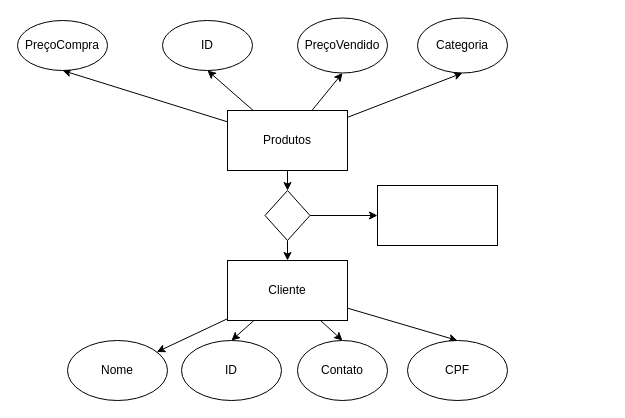
This is atvpratica/ex01.drawio from isaaczx0/rafael-aula-bd, a draw.io file, before an edit. Source tidied: cells renumbered, new cells numbered last; positions are measured from the earlier drawing's top-left corner, leaving out a move shared by most shapes. Both pictures are drawn from the tidied source at 100%, with x=0, y=0 at pixel (17, 18).
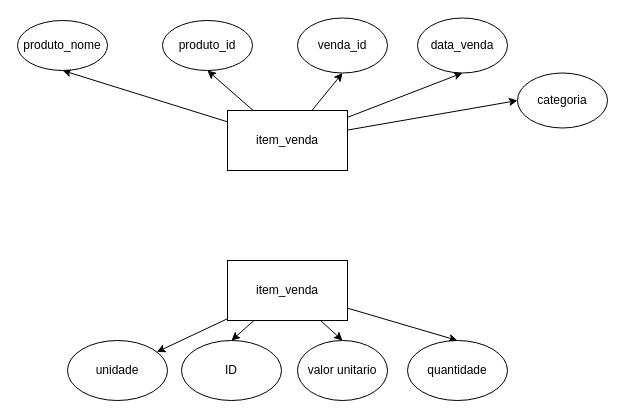
The same page after the edit.

Diff of the diagram source:
```diff
@@
-    <mxCell id="5" value="Cliente" style="rounded=0;whiteSpace=wrap;html=1;rotation=0;" parent="1" vertex="1">
+    <mxCell id="5" value="item_venda" style="rounded=0;whiteSpace=wrap;html=1;rotation=0;" parent="1" vertex="1">
       <mxGeometry x="210" y="242" width="120" height="60" as="geometry" />
     </mxCell>
@@
-    <mxCell id="9" style="edgeStyle=none;html=1;" parent="1" edge="1" source="10" target="23">
-      <mxGeometry relative="1" as="geometry" />
-    </mxCell>
+    <mxCell id="25" style="edgeStyle=none;html=1;startArrow=none;startFill=0;" parent="1" edge="1" source="10">
+      <mxGeometry relative="1" as="geometry">
+        <mxPoint x="500" y="82" as="targetPoint" />
+      </mxGeometry>
+    </mxCell>
-    <mxCell id="10" value="Produtos" style="rounded=0;whiteSpace=wrap;html=1;" parent="1" vertex="1">
+    <mxCell id="10" value="item_venda" style="rounded=0;whiteSpace=wrap;html=1;" parent="1" vertex="1">
       <mxGeometry x="210" y="92" width="120" height="60" as="geometry" />
     </mxCell>
-    <mxCell id="11" value="Contato" style="ellipse;whiteSpace=wrap;html=1;fontStyle=0;" parent="1" vertex="1">
+    <mxCell id="11" value="valor unitario" style="ellipse;whiteSpace=wrap;html=1;fontStyle=0;" parent="1" vertex="1">
       <mxGeometry x="280" y="322" width="90" height="60" as="geometry" />
     </mxCell>
-    <mxCell id="12" value="CPF" style="ellipse;whiteSpace=wrap;html=1;" parent="1" vertex="1">
+    <mxCell id="12" value="quantidade" style="ellipse;whiteSpace=wrap;html=1;" parent="1" vertex="1">
       <mxGeometry x="390" y="322" width="100" height="60" as="geometry" />
     </mxCell>
@@
-    <mxCell id="14" value="Nome" style="ellipse;whiteSpace=wrap;html=1;" parent="1" vertex="1">
+    <mxCell id="14" value="unidade" style="ellipse;whiteSpace=wrap;html=1;" parent="1" vertex="1">
       <mxGeometry x="50" y="322" width="100" height="60" as="geometry" />
     </mxCell>
@@
-    <mxCell id="16" value="PreçoVendido" style="ellipse;whiteSpace=wrap;html=1;" parent="1" vertex="1">
+    <mxCell id="16" value="venda_id" style="ellipse;whiteSpace=wrap;html=1;" parent="1" vertex="1">
       <mxGeometry x="280" y="-0.5" width="90" height="55" as="geometry" />
     </mxCell>
-    <mxCell id="17" value="ID" style="ellipse;whiteSpace=wrap;html=1;" parent="1" vertex="1">
+    <mxCell id="17" value="produto_id" style="ellipse;whiteSpace=wrap;html=1;" parent="1" vertex="1">
       <mxGeometry x="145" y="2" width="90" height="50" as="geometry" />
     </mxCell>
-    <mxCell id="18" value="PreçoCompra" style="ellipse;whiteSpace=wrap;html=1;" parent="1" vertex="1">
+    <mxCell id="18" value="produto_nome" style="ellipse;whiteSpace=wrap;html=1;" parent="1" vertex="1">
       <mxGeometry y="2" width="90" height="50" as="geometry" />
     </mxCell>
@@
-    <mxCell id="20" value="Categoria" style="ellipse;whiteSpace=wrap;html=1;" parent="1" vertex="1">
+    <mxCell id="20" value="data_venda" style="ellipse;whiteSpace=wrap;html=1;" parent="1" vertex="1">
       <mxGeometry x="400" y="-0.5" width="90" height="55" as="geometry" />
     </mxCell>
-    <mxCell id="21" style="edgeStyle=none;html=1;" parent="1" edge="1" source="23" target="5">
-      <mxGeometry relative="1" as="geometry" />
-    </mxCell>
-    <mxCell id="22" style="edgeStyle=none;html=1;" parent="1" edge="1" source="23">
-      <mxGeometry relative="1" as="geometry">
-        <mxPoint x="360" y="197" as="targetPoint" />
-      </mxGeometry>
-    </mxCell>
-    <mxCell id="23" style="rhombus;whiteSpace=wrap;html=1;" parent="1" vertex="1">
-      <mxGeometry x="247.5" y="172" width="45" height="50" as="geometry" />
-    </mxCell>
-    <mxCell id="24" style="rounded=0;whiteSpace=wrap;html=1;" parent="1" vertex="1">
-      <mxGeometry x="360" y="167" width="120" height="60" as="geometry" />
-    </mxCell>
+    <mxCell id="26" value="categoria" style="ellipse;whiteSpace=wrap;html=1;" parent="1" vertex="1">
+      <mxGeometry x="500" y="54.5" width="90" height="55" as="geometry" />
+    </mxCell>
```
